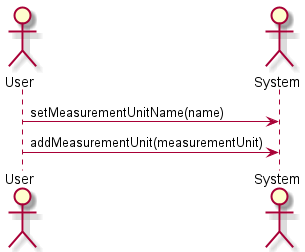
The PlantUML diagram src/diagrams_operations/diagrams_operations_img/add_measurement_unit.png in drDeepl/purchased-products-app-nest, before a commit.
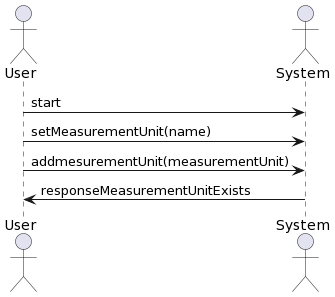
The same diagram one commit later.

Diff of the diagram source:
```diff
@@ -1,11 +1,10 @@
-@startuml add_measurement_unit
-
+@startuml
 skinparam backgroundColor #FFFFFF
-
 actor User
 actor System
 
-User -> System: setMeasurementUnitName(name)
-User -> System: addMeasurementUnit(measurementUnit)
-
+User -> System: start
+User -> System: setMeasurementUnit(name)
+User -> System: addmesurementUnit(measurementUnit)
+System -> User: responseMeasurementUnitExists
 @enduml
```
